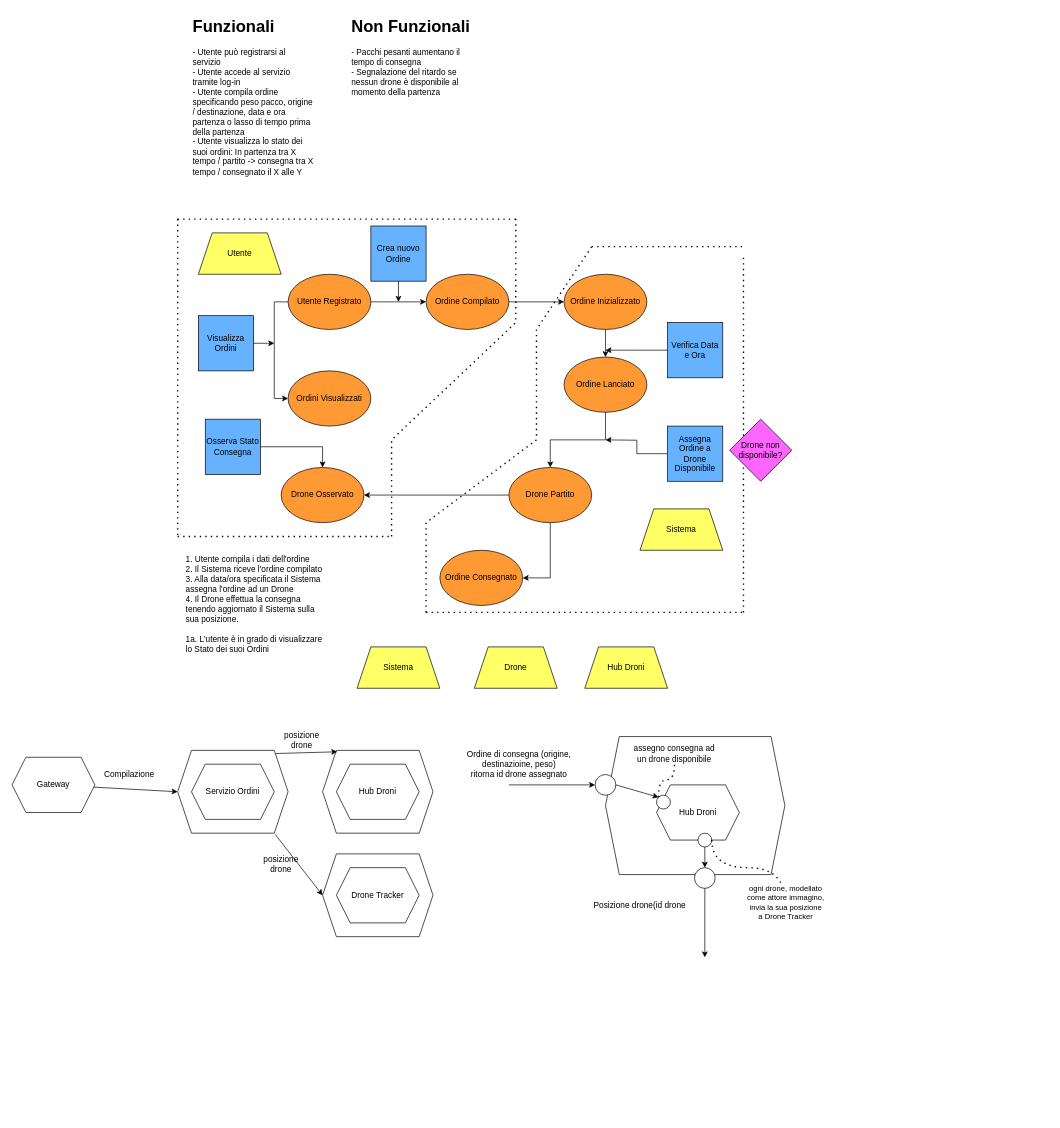
AlessandroStefani/sap_assignment01 keeps this draw.io diagram as doc/event_storming_system.drawio. Above is the earlier version. Source tidied: cells renumbered, new cells numbered last; positions are measured from the earlier drawing's top-left corner, leaving out a move shared by most shapes. Both pictures are drawn from the tidied source at 69%, with x=0, y=0 at pixel (12, 12).
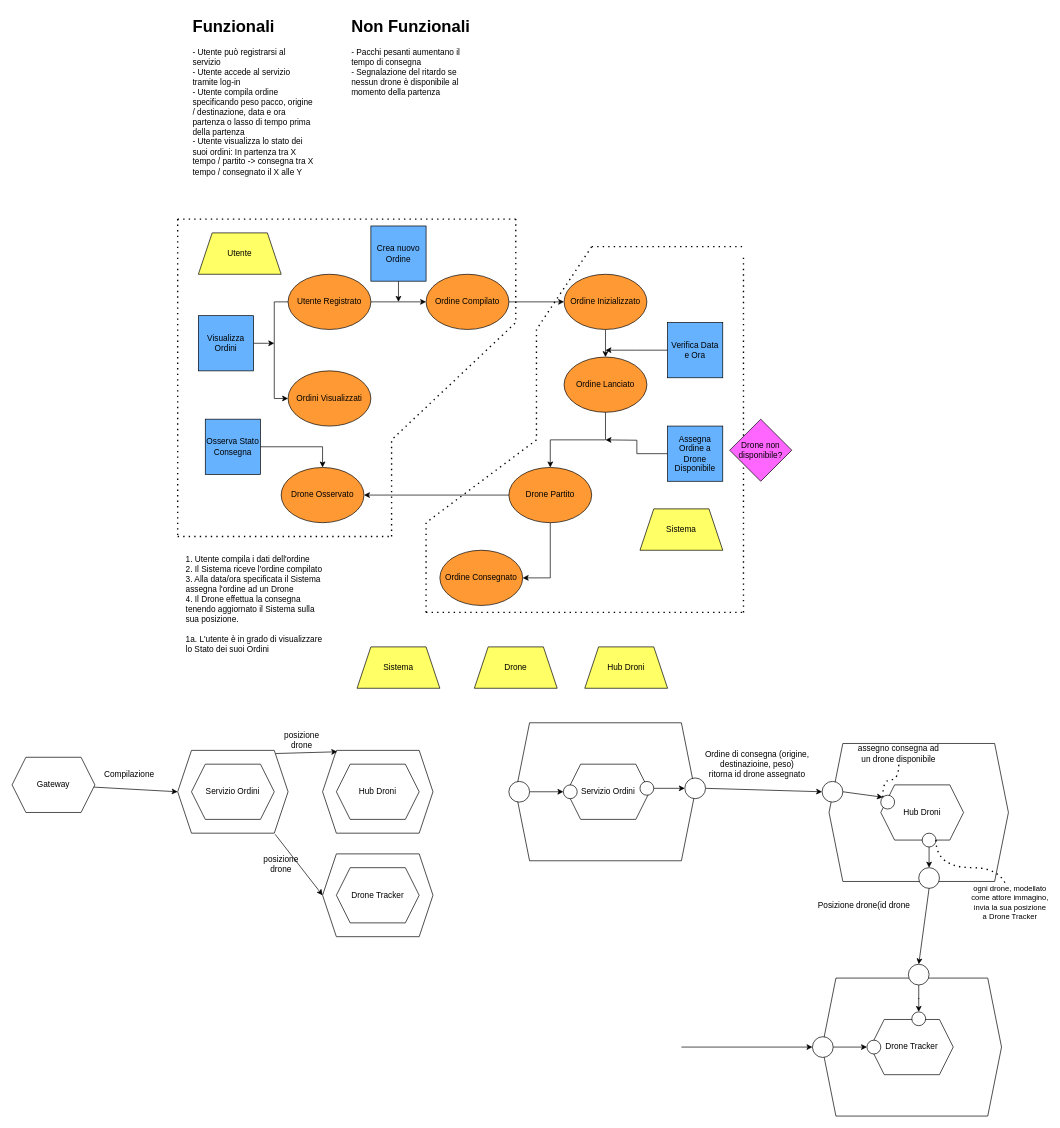
The same diagram, later.

Commit message:
disegnini orderService -> droneHub

The edit, as a diff of the source:
```diff
@@
     <mxCell id="58" value="Hub Droni" style="shape=hexagon;perimeter=hexagonPerimeter2;whiteSpace=wrap;html=1;fixedSize=1;" parent="1" vertex="1">
-      <mxGeometry x="934" y="1120" width="120" height="80" as="geometry" />
+      <mxGeometry x="1259" y="1120" width="120" height="80" as="geometry" />
     </mxCell>
     <mxCell id="59" style="shape=hexagon;perimeter=hexagonPerimeter2;whiteSpace=wrap;html=1;fixedSize=1;fillColor=none;" parent="1" vertex="1">
-      <mxGeometry x="860" y="1050" width="260" height="200" as="geometry" />
+      <mxGeometry x="1184" y="1060" width="260" height="200" as="geometry" />
     </mxCell>
     <mxCell id="60" style="ellipse;whiteSpace=wrap;html=1;" parent="1" vertex="1">
-      <mxGeometry x="845" y="1105" width="30" height="30" as="geometry" />
+      <mxGeometry x="1174" y="1115" width="30" height="30" as="geometry" />
     </mxCell>
-    <mxCell id="61" style="endArrow=classic;html=1;rounded=0;entryX=0;entryY=0.5;entryDx=0;entryDy=0;" parent="1" edge="1" target="60">
-      <mxGeometry relative="1" as="geometry">
-        <mxPoint x="720" y="1120" as="sourcePoint" />
-      </mxGeometry>
+    <mxCell id="61" style="endArrow=classic;html=1;rounded=0;entryX=0;entryY=0.5;entryDx=0;entryDy=0;exitX=1;exitY=0.5;exitDx=0;exitDy=0;" parent="1" edge="1" source="85" target="60">
+      <mxGeometry relative="1" as="geometry" />
     </mxCell>
     <mxCell id="62" value="Ordine di consegna (origine, destinazioine, peso)&lt;div&gt;ritorna id drone assegnato&lt;/div&gt;" style="text;html=1;whiteSpace=wrap;strokeColor=none;fillColor=none;align=center;verticalAlign=middle;rounded=0;" parent="1" vertex="1">
-      <mxGeometry x="655" y="1075" width="160" height="30" as="geometry" />
+      <mxGeometry x="1000" y="1075" width="160" height="30" as="geometry" />
     </mxCell>
@@
     <mxCell id="64" style="ellipse;whiteSpace=wrap;html=1;" parent="1" vertex="1">
-      <mxGeometry x="934" y="1135" width="20" height="20" as="geometry" />
+      <mxGeometry x="1259" y="1135" width="20" height="20" as="geometry" />
     </mxCell>
     <mxCell id="65" value="assegno consegna ad un drone disponibile" style="text;html=1;whiteSpace=wrap;strokeColor=none;fillColor=none;align=center;verticalAlign=middle;rounded=0;" parent="1" vertex="1">
-      <mxGeometry x="900" y="1060" width="120" height="30" as="geometry" />
+      <mxGeometry x="1225" y="1060" width="120" height="30" as="geometry" />
     </mxCell>
@@
     <mxCell id="68" style="ellipse;whiteSpace=wrap;html=1;" parent="1" vertex="1">
-      <mxGeometry x="994" y="1190" width="20" height="20" as="geometry" />
+      <mxGeometry x="1319" y="1190" width="20" height="20" as="geometry" />
     </mxCell>
     <mxCell id="69" style="ellipse;whiteSpace=wrap;html=1;" parent="1" vertex="1">
-      <mxGeometry x="989" y="1240" width="30" height="30" as="geometry" />
+      <mxGeometry x="1314" y="1240" width="30" height="30" as="geometry" />
     </mxCell>
-    <mxCell id="70" style="endArrow=classic;html=1;rounded=0;exitX=0.5;exitY=1;exitDx=0;exitDy=0;" parent="1" edge="1" source="69">
-      <mxGeometry relative="1" as="geometry">
-        <mxPoint x="1004" y="1370" as="targetPoint" />
-      </mxGeometry>
+    <mxCell id="70" style="endArrow=classic;html=1;rounded=0;exitX=0.5;exitY=1;exitDx=0;exitDy=0;entryX=0.5;entryY=0;entryDx=0;entryDy=0;" parent="1" edge="1" source="69" target="77">
+      <mxGeometry relative="1" as="geometry" />
     </mxCell>
     <mxCell id="71" style="endArrow=none;dashed=1;html=1;dashPattern=1 3;strokeWidth=2;rounded=0;edgeStyle=orthogonalEdgeStyle;curved=1;exitX=1;exitY=0.5;exitDx=0;exitDy=0;" parent="1" edge="1" source="68">
       <mxGeometry relative="1" as="geometry">
-        <mxPoint x="1120" y="1290" as="targetPoint" />
+        <mxPoint x="1445" y="1290" as="targetPoint" />
         <Array as="points">
-          <mxPoint x="1014" y="1240" />
-          <mxPoint x="1120" y="1240" />
+          <mxPoint x="1339" y="1240" />
+          <mxPoint x="1445" y="1240" />
         </Array>
       </mxGeometry>
     </mxCell>
@@
     <mxCell id="73" value="Posizione drone(id drone" style="text;html=1;whiteSpace=wrap;strokeColor=none;fillColor=none;align=center;verticalAlign=middle;rounded=0;" parent="1" vertex="1">
-      <mxGeometry x="830" y="1280" width="160" height="30" as="geometry" />
+      <mxGeometry x="1155" y="1280" width="160" height="30" as="geometry" />
     </mxCell>
+    <mxCell id="74" value="Drone Tracker" style="shape=hexagon;perimeter=hexagonPerimeter2;whiteSpace=wrap;html=1;fixedSize=1;" parent="1" vertex="1">
+      <mxGeometry x="1244" y="1460" width="120" height="80" as="geometry" />
+    </mxCell>
+    <mxCell id="75" style="shape=hexagon;perimeter=hexagonPerimeter2;whiteSpace=wrap;html=1;fixedSize=1;fillColor=none;" parent="1" vertex="1">
+      <mxGeometry x="1174" y="1400" width="260" height="200" as="geometry" />
+    </mxCell>
+    <mxCell id="76" style="edgeStyle=orthogonalEdgeStyle;rounded=0;jettySize=auto;html=1;entryX=0.5;entryY=0;entryDx=0;entryDy=0;" parent="1" edge="1" source="77" target="78">
+      <mxGeometry relative="1" as="geometry" />
+    </mxCell>
+    <mxCell id="77" style="ellipse;whiteSpace=wrap;html=1;" parent="1" vertex="1">
+      <mxGeometry x="1299" y="1380" width="30" height="30" as="geometry" />
+    </mxCell>
+    <mxCell id="78" style="ellipse;whiteSpace=wrap;html=1;" parent="1" vertex="1">
+      <mxGeometry x="1304" y="1449" width="20" height="20" as="geometry" />
+    </mxCell>
+    <mxCell id="79" style="ellipse;whiteSpace=wrap;html=1;" parent="1" vertex="1">
+      <mxGeometry x="1239" y="1490" width="20" height="20" as="geometry" />
+    </mxCell>
+    <mxCell id="80" style="edgeStyle=orthogonalEdgeStyle;rounded=0;jettySize=auto;html=1;entryX=0;entryY=0.5;entryDx=0;entryDy=0;" parent="1" edge="1" source="81" target="79">
+      <mxGeometry relative="1" as="geometry" />
+    </mxCell>
+    <mxCell id="81" style="ellipse;whiteSpace=wrap;html=1;" parent="1" vertex="1">
+      <mxGeometry x="1160" y="1485" width="30" height="30" as="geometry" />
+    </mxCell>
+    <mxCell id="82" style="endArrow=classic;html=1;rounded=0;entryX=0;entryY=0.5;entryDx=0;entryDy=0;" parent="1" edge="1" target="81">
+      <mxGeometry relative="1" as="geometry">
+        <mxPoint x="970" y="1500" as="sourcePoint" />
+      </mxGeometry>
+    </mxCell>
+    <mxCell id="83" value="Servizio Ordini" style="shape=hexagon;perimeter=hexagonPerimeter2;whiteSpace=wrap;html=1;fixedSize=1;" parent="1" vertex="1">
+      <mxGeometry x="804" y="1090" width="120" height="80" as="geometry" />
+    </mxCell>
+    <mxCell id="84" style="shape=hexagon;perimeter=hexagonPerimeter2;whiteSpace=wrap;html=1;fixedSize=1;fillColor=none;" parent="1" vertex="1">
+      <mxGeometry x="730" y="1030" width="260" height="200" as="geometry" />
+    </mxCell>
+    <mxCell id="85" style="ellipse;whiteSpace=wrap;html=1;" parent="1" vertex="1">
+      <mxGeometry x="975" y="1110" width="30" height="30" as="geometry" />
+    </mxCell>
+    <mxCell id="86" style="edgeStyle=orthogonalEdgeStyle;rounded=0;jettySize=auto;html=1;" parent="1" edge="1" source="87" target="85">
+      <mxGeometry relative="1" as="geometry" />
+    </mxCell>
+    <mxCell id="87" style="ellipse;whiteSpace=wrap;html=1;" parent="1" vertex="1">
+      <mxGeometry x="910" y="1115" width="20" height="20" as="geometry" />
+    </mxCell>
+    <mxCell id="88" style="ellipse;whiteSpace=wrap;html=1;" parent="1" vertex="1">
+      <mxGeometry x="799" y="1120" width="20" height="20" as="geometry" />
+    </mxCell>
+    <mxCell id="89" style="edgeStyle=orthogonalEdgeStyle;rounded=0;jettySize=auto;html=1;entryX=0;entryY=0.5;entryDx=0;entryDy=0;" parent="1" edge="1" source="90" target="88">
+      <mxGeometry relative="1" as="geometry" />
+    </mxCell>
+    <mxCell id="90" style="ellipse;whiteSpace=wrap;html=1;" parent="1" vertex="1">
+      <mxGeometry x="720" y="1115" width="30" height="30" as="geometry" />
+    </mxCell>
```
